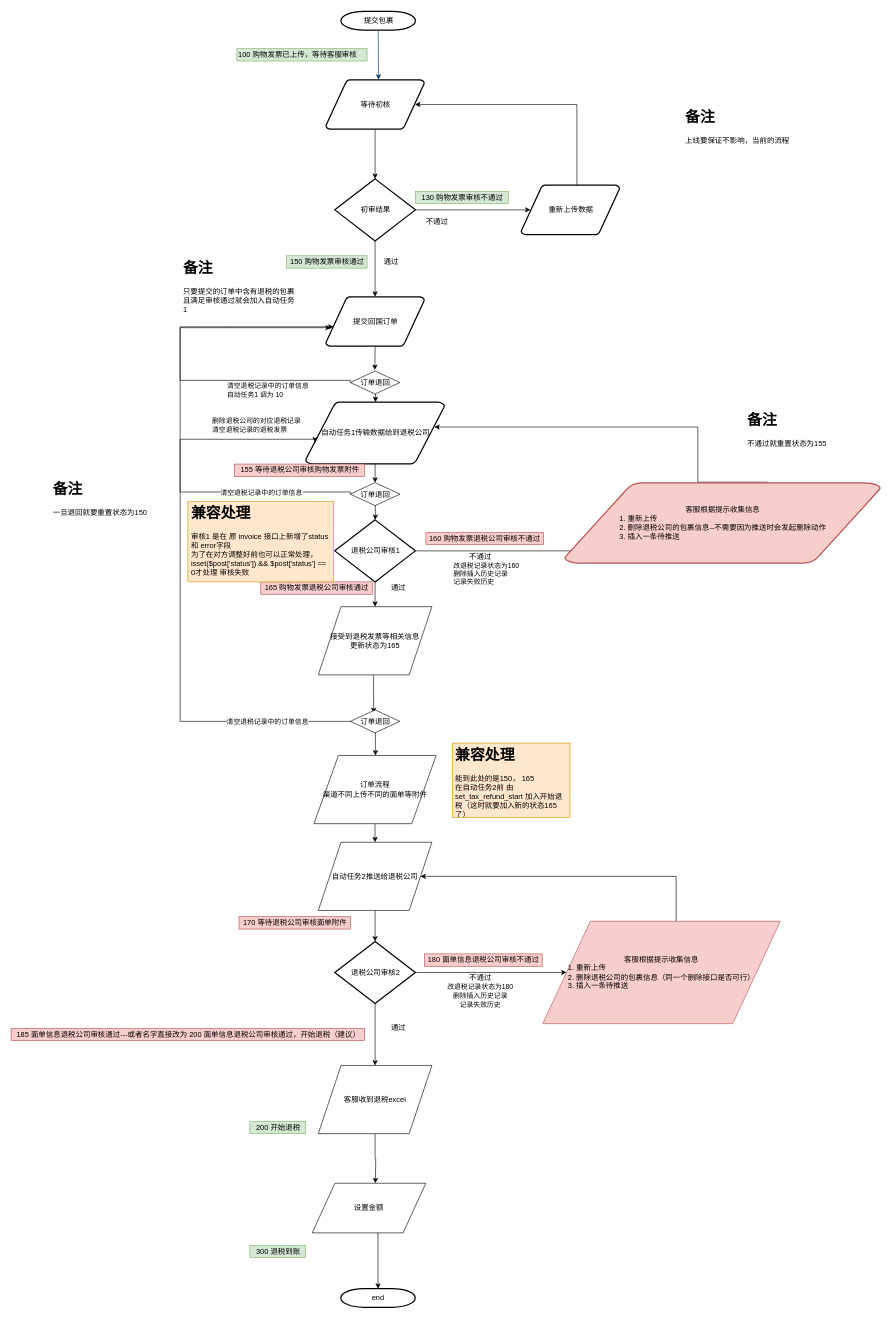
maclxf/ProjectDraw keeps this draw.io diagram as tax_refund_flow.drawio. Above is the earlier version. Source tidied: cells renumbered, new cells numbered last; positions are measured from the earlier drawing's top-left corner, leaving out a move shared by most shapes. Both pictures are drawn from the tidied source at 62%, with x=0, y=0 at pixel (11, 11).
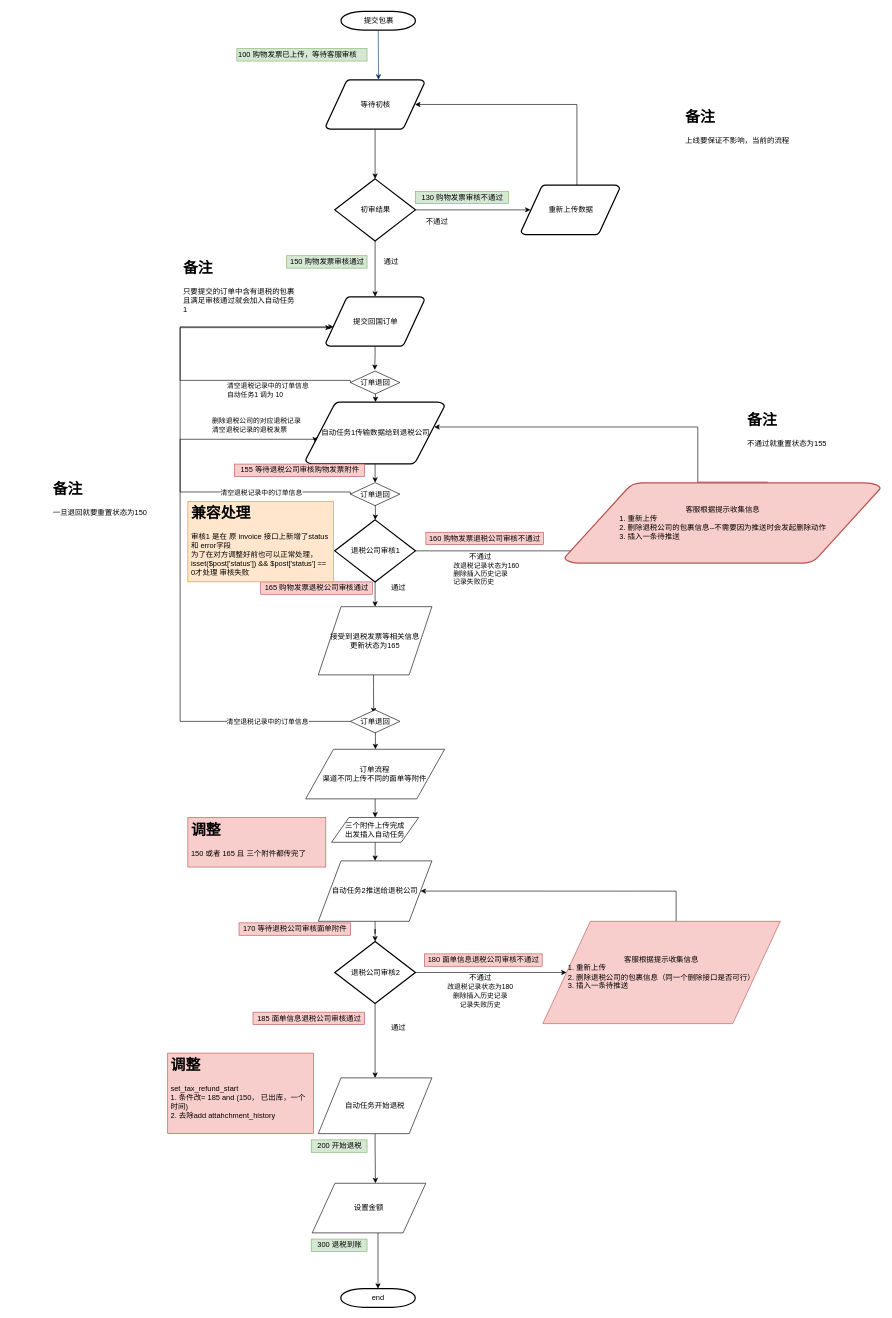
After the change.

Unchanged cells that the change refers to:
```xml
<mxCell id="38" value="退税公司审核2" style="shape=mxgraph.flowchart.decision;strokeWidth=2;gradientColor=none;gradientDirection=north;fontStyle=0;html=1;" parent="1" vertex="1">
  <mxGeometry x="521.5" y="1500" width="130" height="100" as="geometry" />
</mxCell>
<mxCell id="40" value="&lt;span&gt;客服根据提示收集信息&lt;br&gt;&lt;div style=&quot;text-align: left&quot;&gt;&lt;span&gt;1. 重新上传&lt;/span&gt;&lt;/div&gt;&lt;/span&gt;&lt;div style=&quot;text-align: left&quot;&gt;2. 删除退税公司的包裹信息（同一个删除接口是否可行）&lt;/div&gt;&lt;div style=&quot;text-align: left&quot;&gt;3. 插入一条待推送&lt;/div&gt;" style="shape=parallelogram;perimeter=parallelogramPerimeter;whiteSpace=wrap;html=1;fillColor=#f8cecc;strokeColor=#b85450;" parent="1" vertex="1">
  <mxGeometry x="857" y="1467.5" width="383" height="165" as="geometry" />
</mxCell>
<mxCell id="70" value="订单退回" style="rhombus;whiteSpace=wrap;html=1;" parent="1" vertex="1">
  <mxGeometry x="546.5" y="760" width="80" height="37" as="geometry" />
</mxCell>
```

Diff of the diagram source:
```diff
@@
-    <mxCell id="32" style="edgeStyle=orthogonalEdgeStyle;rounded=0;jettySize=auto;html=1;" parent="1" edge="1" source="33" target="35">
-      <mxGeometry relative="1" as="geometry" />
-    </mxCell>
+    <mxCell id="73" style="edgeStyle=orthogonalEdgeStyle;rounded=0;jettySize=auto;html=1;entryX=0.5;entryY=0;entryDx=0;entryDy=0;" parent="1" edge="1" source="33" target="77">
+      <mxGeometry relative="1" as="geometry" />
+    </mxCell>
     <mxCell id="33" value="订单流程&lt;br&gt;渠道不同上传不同的面单等附件" style="shape=parallelogram;perimeter=parallelogramPerimeter;whiteSpace=wrap;html=1;" parent="1" vertex="1">
-      <mxGeometry x="487.9" y="1200" width="197.1" height="110" as="geometry" />
+      <mxGeometry x="474.5" y="1190" width="224.1" height="80" as="geometry" />
     </mxCell>
@@
     <mxCell id="35" value="自动任务2推送给退税公司" style="shape=parallelogram;perimeter=parallelogramPerimeter;whiteSpace=wrap;html=1;" parent="1" vertex="1">
-      <mxGeometry x="494.9" y="1340" width="183.2" height="110" as="geometry" />
+      <mxGeometry x="494.9" y="1370" width="183.2" height="97.5" as="geometry" />
     </mxCell>
@@
-    <mxCell id="37" style="edgeStyle=orthogonalEdgeStyle;rounded=0;jettySize=auto;html=1;" parent="1" edge="1" source="38" target="42">
+    <mxCell id="37" style="edgeStyle=orthogonalEdgeStyle;rounded=0;jettySize=auto;html=1;entryX=0.5;entryY=0;entryDx=0;entryDy=0;" parent="1" edge="1" source="38" target="42">
       <mxGeometry relative="1" as="geometry" />
     </mxCell>
@@
     <mxCell id="39" style="edgeStyle=orthogonalEdgeStyle;rounded=0;jettySize=auto;html=1;entryX=1;entryY=0.5;entryDx=0;entryDy=0;" parent="1" edge="1" source="40" target="35">
       <mxGeometry relative="1" as="geometry">
         <Array as="points">
-          <mxPoint x="1072" y="1395" />
+          <mxPoint x="1072" y="1419" />
         </Array>
       </mxGeometry>
     </mxCell>
@@
     <mxCell id="41" style="edgeStyle=orthogonalEdgeStyle;rounded=0;jettySize=auto;html=1;" parent="1" edge="1" source="42">
       <mxGeometry relative="1" as="geometry">
         <mxPoint x="587" y="1890" as="targetPoint" />
+        <Array as="points">
+          <mxPoint x="587" y="1830" />
+          <mxPoint x="587" y="1830" />
+        </Array>
       </mxGeometry>
     </mxCell>
-    <mxCell id="42" value="客服收到退税excel" style="shape=parallelogram;perimeter=parallelogramPerimeter;whiteSpace=wrap;html=1;" parent="1" vertex="1">
-      <mxGeometry x="494.9" y="1700" width="183.2" height="110" as="geometry" />
+    <mxCell id="42" value="自动任务开始退税" style="shape=parallelogram;perimeter=parallelogramPerimeter;whiteSpace=wrap;html=1;" parent="1" vertex="1">
+      <mxGeometry x="494.9" y="1720" width="183.2" height="90" as="geometry" />
     </mxCell>
@@
-    <mxCell id="45" value="185&amp;nbsp;面单信息退税公司审核通过---或者名字直接改为 200 面单信息退税公司审核通过，开始退税（建议）" style="text;html=1;align=center;verticalAlign=middle;fillColor=#f8cecc;strokeColor=#b85450;" parent="1" vertex="1">
-      <mxGeometry x="-0.5" y="1640" width="570" height="20" as="geometry" />
+    <mxCell id="45" value="185&amp;nbsp;面单信息退税公司审核通过" style="text;html=1;align=center;verticalAlign=middle;fillColor=#f8cecc;strokeColor=#b85450;" parent="1" vertex="1">
+      <mxGeometry x="389.5" y="1614" width="180" height="20" as="geometry" />
     </mxCell>
@@
     <mxCell id="47" value="200 开始退税" style="text;html=1;align=center;verticalAlign=middle;fillColor=#d5e8d4;strokeColor=#82b366;" parent="1" vertex="1">
-      <mxGeometry x="384.5" y="1790" width="90" height="20" as="geometry" />
+      <mxGeometry x="483.5" y="1820" width="90" height="20" as="geometry" />
     </mxCell>
     <mxCell id="48" value="&lt;span style=&quot;text-align: left&quot;&gt;300 退税到账&lt;/span&gt;" style="text;html=1;align=center;verticalAlign=middle;fillColor=#d5e8d4;strokeColor=#82b366;" parent="1" vertex="1">
-      <mxGeometry x="384.5" y="1990" width="90" height="20" as="geometry" />
+      <mxGeometry x="483.5" y="1980" width="90" height="20" as="geometry" />
     </mxCell>
     <mxCell id="49" value="170&amp;nbsp;等待退税公司审核面单附件" style="text;html=1;align=center;verticalAlign=middle;fillColor=#f8cecc;strokeColor=#b85450;" parent="1" vertex="1">
-      <mxGeometry x="367" y="1460" width="180" height="20" as="geometry" />
+      <mxGeometry x="367" y="1470" width="180" height="20" as="geometry" />
     </mxCell>
@@
     <mxCell id="56" style="edgeStyle=orthogonalEdgeStyle;rounded=0;jettySize=auto;html=1;exitX=0;exitY=0.5;exitDx=0;exitDy=0;" parent="1" edge="1" source="70">
       <mxGeometry relative="1" as="geometry">
         <mxPoint x="515" y="510" as="targetPoint" />
         <Array as="points">
-          <mxPoint x="547" y="775" />
+          <mxPoint x="546" y="775" />
           <mxPoint x="272" y="775" />
           <mxPoint x="272" y="510" />
         </Array>
       </mxGeometry>
     </mxCell>
@@
-    <mxCell id="63" value="&lt;h1&gt;&lt;span&gt;兼容处理&lt;/span&gt;&lt;/h1&gt;&lt;div&gt;能到此处的是150， 165&lt;/div&gt;&lt;div&gt;在自动任务2前 由set_tax_refund_start 加入开始退税（这时就要加入新的状态165了）&lt;/div&gt;" style="text;html=1;strokeColor=#d79b00;fillColor=#ffe6cc;spacing=5;spacingTop=-20;whiteSpace=wrap;overflow=hidden;rounded=0;align=left;" parent="1" vertex="1">
-      <mxGeometry x="711" y="1180" width="190" height="120" as="geometry" />
-    </mxCell>
@@
+    <mxCell id="74" value="&lt;h1&gt;调整&lt;/h1&gt;&lt;div&gt;set_tax_refund_start&amp;nbsp;&lt;br&gt;&lt;/div&gt;&lt;div&gt;1. 条件改&lt;span&gt;= 185 and (150， 已出库，一个时间)&lt;/span&gt;&lt;/div&gt;&lt;div&gt;&lt;span&gt;2. 去除add attahchment_history&lt;/span&gt;&lt;/div&gt;" style="text;html=1;spacing=5;spacingTop=-20;whiteSpace=wrap;overflow=hidden;rounded=0;align=left;fillColor=#f8cecc;strokeColor=#b85450;" parent="1" vertex="1">
+      <mxGeometry x="252" y="1680" width="235" height="130" as="geometry" />
+    </mxCell>
+    <mxCell id="75" value="&lt;h1&gt;调整&lt;/h1&gt;&lt;div&gt;150 或者 165 且 三个附件都传完了&lt;/div&gt;" style="text;html=1;spacing=5;spacingTop=-20;whiteSpace=wrap;overflow=hidden;rounded=0;align=left;fillColor=#f8cecc;strokeColor=#b85450;" parent="1" vertex="1">
+      <mxGeometry x="284.5" y="1300" width="222.5" height="80" as="geometry" />
+    </mxCell>
+    <mxCell id="76" style="edgeStyle=orthogonalEdgeStyle;rounded=0;jettySize=auto;html=1;" parent="1" edge="1" source="77" target="35">
+      <mxGeometry relative="1" as="geometry" />
+    </mxCell>
+    <mxCell id="77" value="三个附件上传完成&lt;br&gt;出发插入自动任务" style="shape=parallelogram;perimeter=parallelogramPerimeter;whiteSpace=wrap;html=1;" parent="1" vertex="1">
+      <mxGeometry x="516.3" y="1300" width="140.5" height="40" as="geometry" />
+    </mxCell>
```
